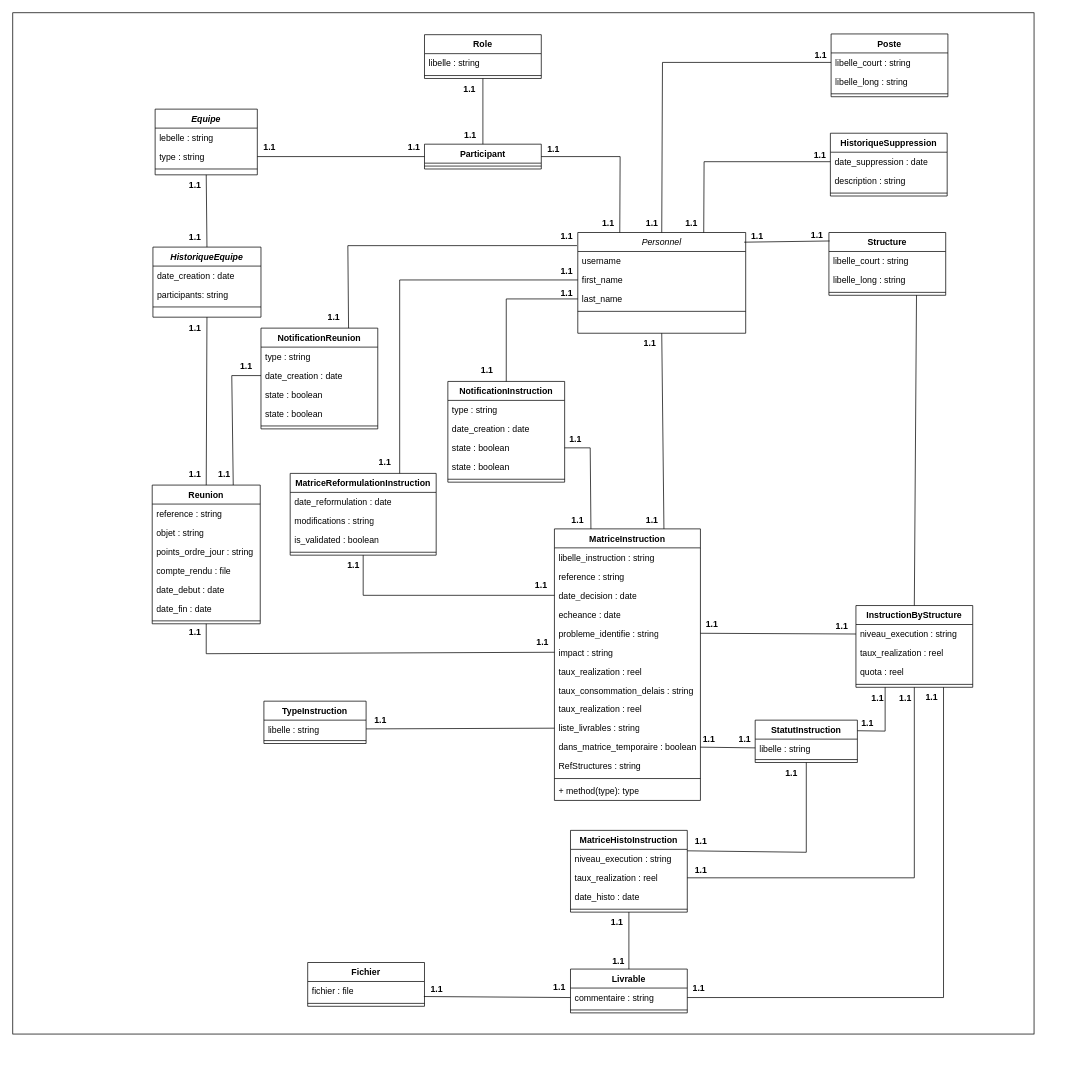
The draw.io diagram diagramme_classes_technique.drawio in CabrelFeukeng/pp, before the edit. Source tidied: cells renumbered, new cells numbered last; positions are measured from the earlier drawing's top-left corner, leaving out a move shared by most shapes. Both pictures are drawn from the tidied source at 73%, with x=0, y=0 at pixel (12, 12).
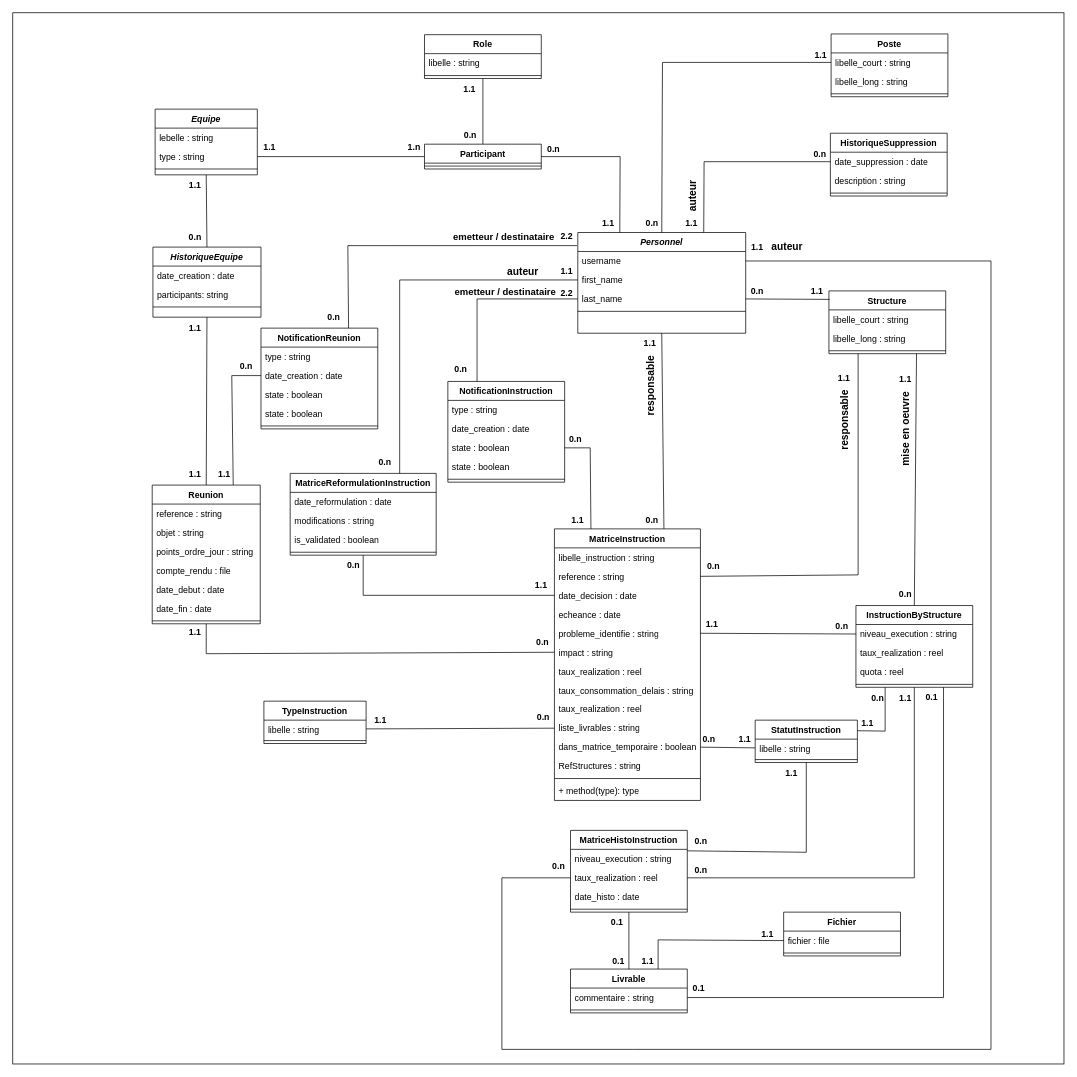
The same diagram, later.

Commit message:
Mettre à jour diagramme_classes_technique.drawio

Unchanged cells that the change refers to:
```xml
<mxCell id="4" value="username" style="text;align=left;verticalAlign=top;spacingLeft=4;spacingRight=4;overflow=hidden;points=[[0,0.5],[1,0.5]];portConstraint=eastwest;" parent="3" vertex="1">
  <mxGeometry y="26" width="230" height="26" as="geometry" />
</mxCell>
<mxCell id="6" value="last_name" style="text;align=left;verticalAlign=top;spacingLeft=4;spacingRight=4;overflow=hidden;points=[[0,0.5],[1,0.5]];portConstraint=eastwest;rounded=0;shadow=0;html=0;" parent="3" vertex="1">
  <mxGeometry y="78" width="230" height="26" as="geometry" />
</mxCell>
<mxCell id="36" value="NotificationInstruction" style="swimlane;fontStyle=1;align=center;verticalAlign=top;horizontal=1;startSize=26;whiteSpace=wrap;html=1;" parent="1" vertex="1">
  <mxGeometry x="596" y="505" width="160" height="138" as="geometry" />
</mxCell>
<mxCell id="49" value="reference : string" style="text;strokeColor=none;fillColor=none;align=left;verticalAlign=top;spacingLeft=4;spacingRight=4;overflow=hidden;points=[[0,0.5],[1,0.5]];portConstraint=eastwest;whiteSpace=wrap;html=1;" parent="47" vertex="1">
  <mxGeometry y="52" width="200" height="26" as="geometry" />
</mxCell>
<mxCell id="64" value="taux_realization : reel" style="text;strokeColor=none;fillColor=none;align=left;verticalAlign=top;spacingLeft=4;spacingRight=4;overflow=hidden;points=[[0,0.5],[1,0.5]];portConstraint=eastwest;whiteSpace=wrap;html=1;" parent="62" vertex="1">
  <mxGeometry y="52" width="160" height="26" as="geometry" />
</mxCell>
<mxCell id="77" value="Livrable" style="swimlane;fontStyle=1;align=center;verticalAlign=top;horizontal=1;startSize=26;whiteSpace=wrap;html=1;" parent="1" vertex="1">
  <mxGeometry x="764" y="1310" width="160" height="60" as="geometry" />
</mxCell>
<mxCell id="78" value="commentaire : string" style="text;strokeColor=none;fillColor=none;align=left;verticalAlign=top;spacingLeft=4;spacingRight=4;overflow=hidden;points=[[0,0.5],[1,0.5]];portConstraint=eastwest;whiteSpace=wrap;html=1;" parent="77" vertex="1">
  <mxGeometry y="26" width="160" height="26" as="geometry" />
</mxCell>
<mxCell id="81" value="fichier : file" style="text;strokeColor=none;fillColor=none;align=left;verticalAlign=top;spacingLeft=4;spacingRight=4;overflow=hidden;points=[[0,0.5],[1,0.5]];portConstraint=eastwest;whiteSpace=wrap;html=1;" parent="80" vertex="1">
  <mxGeometry y="26" width="160" height="26" as="geometry" />
</mxCell>
```

What changed in the source:
```diff
@@
     <mxCell id="2" style="whiteSpace=wrap;html=1;" parent="1" vertex="1">
-      <mxGeometry width="1399" height="1399" as="geometry" />
+      <mxGeometry width="1440" height="1440" as="geometry" />
     </mxCell>
-    <mxCell id="3" value="Personnel" style="swimlane;fontStyle=2;align=center;verticalAlign=top;horizontal=1;startSize=26;rounded=0;shadow=0;strokeWidth=1;" parent="1" vertex="1">
+    <mxCell id="3" value="Personnel" style="swimlane;fontStyle=3;align=center;verticalAlign=top;horizontal=1;startSize=26;rounded=0;shadow=0;strokeWidth=1;" parent="1" vertex="1">
       <mxGeometry x="774" y="301" width="230" height="138" as="geometry" />
     </mxCell>
@@
     <mxCell id="80" value="Fichier" style="swimlane;fontStyle=1;align=center;verticalAlign=top;horizontal=1;startSize=26;whiteSpace=wrap;html=1;" parent="1" vertex="1">
-      <mxGeometry x="404" y="1301" width="160" height="60" as="geometry" />
+      <mxGeometry x="1056" y="1232" width="160" height="60" as="geometry" />
     </mxCell>
@@
     <mxCell id="83" value="Structure" style="swimlane;fontStyle=1;align=center;verticalAlign=top;horizontal=1;startSize=26;whiteSpace=wrap;html=1;" parent="1" vertex="1">
-      <mxGeometry x="1118" y="301" width="160" height="86" as="geometry" />
+      <mxGeometry x="1118" y="381" width="160" height="86" as="geometry" />
     </mxCell>
@@
-    <mxCell id="101" style="endArrow=none;html=1;rounded=0;entryX=0;entryY=0.5;entryDx=0;entryDy=0;exitX=0.5;exitY=0;exitDx=0;exitDy=0;" parent="1" edge="1" source="36" target="6">
+    <mxCell id="101" style="endArrow=none;html=1;rounded=0;exitX=0.25;exitY=0;exitDx=0;exitDy=0;" parent="1" edge="1" source="36">
       <mxGeometry relative="1" as="geometry">
+        <mxPoint x="774" y="392" as="targetPoint" />
         <Array as="points">
-          <mxPoint x="676" y="392" />
+          <mxPoint x="636" y="392" />
         </Array>
       </mxGeometry>
     </mxCell>
@@
-    <mxCell id="104" style="endArrow=none;html=1;rounded=0;exitX=0.991;exitY=0.096;exitDx=0;exitDy=0;exitPerimeter=0;entryX=0.006;entryY=0.135;entryDx=0;entryDy=0;entryPerimeter=0;" parent="1" edge="1" source="3" target="83">
+    <mxCell id="104" style="endArrow=none;html=1;rounded=0;exitX=1;exitY=0.5;exitDx=0;exitDy=0;entryX=0.006;entryY=0.135;entryDx=0;entryDy=0;entryPerimeter=0;" parent="1" edge="1" source="6" target="83">
       <mxGeometry relative="1" as="geometry" />
     </mxCell>
@@
-    <mxCell id="119" style="endArrow=none;html=1;rounded=0;exitX=0.995;exitY=0.792;exitDx=0;exitDy=0;exitPerimeter=0;entryX=0;entryY=0.5;entryDx=0;entryDy=0;" parent="1" edge="1" source="81" target="78">
-      <mxGeometry relative="1" as="geometry" />
+    <mxCell id="119" style="endArrow=none;html=1;rounded=0;exitX=0;exitY=0.5;exitDx=0;exitDy=0;entryX=0.75;entryY=0;entryDx=0;entryDy=0;" parent="1" edge="1" source="81" target="77">
+      <mxGeometry relative="1" as="geometry">
+        <Array as="points">
+          <mxPoint x="884" y="1270" />
+        </Array>
+      </mxGeometry>
     </mxCell>
@@
-    <mxCell id="122" value="&lt;b&gt;1.1&lt;/b&gt;" style="text;html=1;align=center;verticalAlign=middle;whiteSpace=wrap;rounded=0;" parent="1" vertex="1">
+    <mxCell id="122" value="&lt;b&gt;0.n&lt;/b&gt;" style="text;html=1;align=center;verticalAlign=middle;whiteSpace=wrap;rounded=0;" parent="1" vertex="1">
       <mxGeometry x="220" y="293" width="60" height="30" as="geometry" />
     </mxCell>
@@
-    <mxCell id="125" value="&lt;b&gt;1.1&lt;/b&gt;" style="text;html=1;align=center;verticalAlign=middle;whiteSpace=wrap;rounded=0;" parent="1" vertex="1">
+    <mxCell id="125" value="&lt;b&gt;0.n&lt;/b&gt;" style="text;html=1;align=center;verticalAlign=middle;whiteSpace=wrap;rounded=0;" parent="1" vertex="1">
       <mxGeometry x="290" y="470" width="60" height="30" as="geometry" />
     </mxCell>
@@
-    <mxCell id="128" value="&lt;b&gt;1.1&lt;/b&gt;" style="text;html=1;align=center;verticalAlign=middle;whiteSpace=wrap;rounded=0;" parent="1" vertex="1">
+    <mxCell id="128" value="&lt;b&gt;1.n&lt;/b&gt;" style="text;html=1;align=center;verticalAlign=middle;whiteSpace=wrap;rounded=0;" parent="1" vertex="1">
       <mxGeometry x="520" y="169" width="60" height="30" as="geometry" />
     </mxCell>
-    <mxCell id="129" value="&lt;b&gt;1.1&lt;/b&gt;" style="text;html=1;align=center;verticalAlign=middle;whiteSpace=wrap;rounded=0;" parent="1" vertex="1">
+    <mxCell id="129" value="&lt;b&gt;0.n&lt;/b&gt;" style="text;html=1;align=center;verticalAlign=middle;whiteSpace=wrap;rounded=0;" parent="1" vertex="1">
       <mxGeometry x="410" y="402" width="60" height="30" as="geometry" />
     </mxCell>
-    <mxCell id="130" value="&lt;b&gt;1.1&lt;/b&gt;" style="text;html=1;align=center;verticalAlign=middle;whiteSpace=wrap;rounded=0;" parent="1" vertex="1">
+    <mxCell id="130" value="&lt;b&gt;0.n&lt;/b&gt;" style="text;html=1;align=center;verticalAlign=middle;whiteSpace=wrap;rounded=0;" parent="1" vertex="1">
       <mxGeometry x="711" y="172" width="60" height="30" as="geometry" />
     </mxCell>
-    <mxCell id="131" value="&lt;b&gt;1.1&lt;/b&gt;" style="text;html=1;align=center;verticalAlign=middle;whiteSpace=wrap;rounded=0;" parent="1" vertex="1">
+    <mxCell id="131" value="&lt;b&gt;0.n&lt;/b&gt;" style="text;html=1;align=center;verticalAlign=middle;whiteSpace=wrap;rounded=0;" parent="1" vertex="1">
       <mxGeometry x="597" y="153" width="60" height="30" as="geometry" />
     </mxCell>
-    <mxCell id="132" value="&lt;b&gt;1.1&lt;/b&gt;" style="text;html=1;align=center;verticalAlign=middle;whiteSpace=wrap;rounded=0;" parent="1" vertex="1">
+    <mxCell id="132" value="&lt;b&gt;2.2&lt;/b&gt;" style="text;html=1;align=center;verticalAlign=middle;whiteSpace=wrap;rounded=0;" parent="1" vertex="1">
       <mxGeometry x="729" y="370" width="60" height="30" as="geometry" />
     </mxCell>
@@
-    <mxCell id="134" value="&lt;b&gt;1.1&lt;/b&gt;" style="text;html=1;align=center;verticalAlign=middle;whiteSpace=wrap;rounded=0;" parent="1" vertex="1">
+    <mxCell id="134" value="&lt;b&gt;2.2&lt;/b&gt;" style="text;html=1;align=center;verticalAlign=middle;whiteSpace=wrap;rounded=0;" parent="1" vertex="1">
       <mxGeometry x="729" y="292" width="60" height="30" as="geometry" />
     </mxCell>
@@
-    <mxCell id="137" value="&lt;b&gt;1.1&lt;/b&gt;" style="text;html=1;align=center;verticalAlign=middle;whiteSpace=wrap;rounded=0;" parent="1" vertex="1">
+    <mxCell id="137" value="&lt;b&gt;0.n&lt;/b&gt;" style="text;html=1;align=center;verticalAlign=middle;whiteSpace=wrap;rounded=0;" parent="1" vertex="1">
       <mxGeometry x="846" y="274" width="60" height="30" as="geometry" />
     </mxCell>
-    <mxCell id="138" value="&lt;b&gt;1.1&lt;/b&gt;" style="text;html=1;align=center;verticalAlign=middle;whiteSpace=wrap;rounded=0;" parent="1" vertex="1">
-      <mxGeometry x="990" y="291" width="60" height="30" as="geometry" />
+    <mxCell id="138" value="&lt;b&gt;0.n&lt;/b&gt;" style="text;html=1;align=center;verticalAlign=middle;whiteSpace=wrap;rounded=0;" parent="1" vertex="1">
+      <mxGeometry x="990" y="367" width="60" height="30" as="geometry" />
     </mxCell>
-    <mxCell id="139" value="&lt;b&gt;1.1&lt;/b&gt;" style="text;html=1;align=center;verticalAlign=middle;whiteSpace=wrap;rounded=0;" parent="1" vertex="1">
+    <mxCell id="139" value="&lt;b&gt;0.n&lt;/b&gt;" style="text;html=1;align=center;verticalAlign=middle;whiteSpace=wrap;rounded=0;" parent="1" vertex="1">
       <mxGeometry x="480" y="601" width="60" height="30" as="geometry" />
     </mxCell>
-    <mxCell id="140" value="&lt;b&gt;1.1&lt;/b&gt;" style="text;html=1;align=center;verticalAlign=middle;whiteSpace=wrap;rounded=0;" parent="1" vertex="1">
-      <mxGeometry x="620" y="475" width="60" height="30" as="geometry" />
+    <mxCell id="140" value="&lt;b&gt;0.n&lt;/b&gt;" style="text;html=1;align=center;verticalAlign=middle;whiteSpace=wrap;rounded=0;" parent="1" vertex="1">
+      <mxGeometry x="584" y="474" width="60" height="30" as="geometry" />
     </mxCell>
     <mxCell id="141" value="&lt;b&gt;1.1&lt;/b&gt;" style="text;html=1;align=center;verticalAlign=middle;whiteSpace=wrap;rounded=0;" parent="1" vertex="1">
-      <mxGeometry x="1072" y="290" width="60" height="30" as="geometry" />
+      <mxGeometry x="1072" y="367" width="60" height="30" as="geometry" />
     </mxCell>
-    <mxCell id="142" value="&lt;b&gt;1.1&lt;/b&gt;" style="text;html=1;align=center;verticalAlign=middle;whiteSpace=wrap;rounded=0;" parent="1" vertex="1">
-      <mxGeometry x="1076" y="180" width="60" height="30" as="geometry" />
+    <mxCell id="142" value="&lt;b&gt;0.n&lt;/b&gt;" style="text;html=1;align=center;verticalAlign=middle;whiteSpace=wrap;rounded=0;" parent="1" vertex="1">
+      <mxGeometry x="1076" y="179" width="60" height="30" as="geometry" />
     </mxCell>
@@
-    <mxCell id="144" value="&lt;b&gt;1.1&lt;/b&gt;" style="text;html=1;align=center;verticalAlign=middle;whiteSpace=wrap;rounded=0;" parent="1" vertex="1">
+    <mxCell id="144" value="&lt;b&gt;0.n&lt;/b&gt;" style="text;html=1;align=center;verticalAlign=middle;whiteSpace=wrap;rounded=0;" parent="1" vertex="1">
       <mxGeometry x="846" y="680" width="60" height="30" as="geometry" />
     </mxCell>
@@
-    <mxCell id="146" value="&lt;b&gt;1.1&lt;/b&gt;" style="text;html=1;align=center;verticalAlign=middle;whiteSpace=wrap;rounded=0;" parent="1" vertex="1">
+    <mxCell id="146" value="&lt;b&gt;0.n&lt;/b&gt;" style="text;html=1;align=center;verticalAlign=middle;whiteSpace=wrap;rounded=0;" parent="1" vertex="1">
       <mxGeometry x="741" y="569" width="60" height="30" as="geometry" />
     </mxCell>
@@
-    <mxCell id="148" value="&lt;b&gt;1.1&lt;/b&gt;" style="text;html=1;align=center;verticalAlign=middle;whiteSpace=wrap;rounded=0;" parent="1" vertex="1">
+    <mxCell id="148" value="&lt;b&gt;0.n&lt;/b&gt;" style="text;html=1;align=center;verticalAlign=middle;whiteSpace=wrap;rounded=0;" parent="1" vertex="1">
       <mxGeometry x="437" y="742" width="60" height="30" as="geometry" />
     </mxCell>
@@
-    <mxCell id="151" value="&lt;b&gt;1.1&lt;/b&gt;" style="text;html=1;align=center;verticalAlign=middle;whiteSpace=wrap;rounded=0;" parent="1" vertex="1">
+    <mxCell id="151" value="&lt;b&gt;0.n&lt;/b&gt;" style="text;html=1;align=center;verticalAlign=middle;whiteSpace=wrap;rounded=0;" parent="1" vertex="1">
       <mxGeometry x="696" y="848" width="60" height="30" as="geometry" />
     </mxCell>
@@
-    <mxCell id="153" value="&lt;b&gt;1.1&lt;/b&gt;" style="text;html=1;align=center;verticalAlign=middle;whiteSpace=wrap;rounded=0;" parent="1" vertex="1">
+    <mxCell id="153" value="&lt;b&gt;0.n&lt;/b&gt;" style="text;html=1;align=center;verticalAlign=middle;whiteSpace=wrap;rounded=0;" parent="1" vertex="1">
       <mxGeometry x="924" y="980" width="60" height="30" as="geometry" />
     </mxCell>
@@
-    <mxCell id="155" value="&lt;b&gt;1.1&lt;/b&gt;" style="text;html=1;align=center;verticalAlign=middle;whiteSpace=wrap;rounded=0;" parent="1" vertex="1">
+    <mxCell id="155" value="&lt;b&gt;0.n&lt;/b&gt;" style="text;html=1;align=center;verticalAlign=middle;whiteSpace=wrap;rounded=0;" parent="1" vertex="1">
       <mxGeometry x="913" y="1120" width="60" height="30" as="geometry" />
     </mxCell>
-    <mxCell id="156" value="&lt;b&gt;1.1&lt;/b&gt;" style="text;html=1;align=center;verticalAlign=middle;whiteSpace=wrap;rounded=0;" parent="1" vertex="1">
+    <mxCell id="156" value="&lt;b&gt;0.n&lt;/b&gt;" style="text;html=1;align=center;verticalAlign=middle;whiteSpace=wrap;rounded=0;" parent="1" vertex="1">
       <mxGeometry x="913" y="1160" width="60" height="30" as="geometry" />
     </mxCell>
@@
-    <mxCell id="158" value="&lt;b&gt;1.1&lt;/b&gt;" style="text;html=1;align=center;verticalAlign=middle;whiteSpace=wrap;rounded=0;" parent="1" vertex="1">
+    <mxCell id="158" value="&lt;b&gt;0.n&lt;/b&gt;" style="text;html=1;align=center;verticalAlign=middle;whiteSpace=wrap;rounded=0;" parent="1" vertex="1">
       <mxGeometry x="1155" y="924" width="60" height="30" as="geometry" />
     </mxCell>
@@
-    <mxCell id="160" value="&lt;b&gt;1.1&lt;/b&gt;" style="text;html=1;align=center;verticalAlign=middle;whiteSpace=wrap;rounded=0;" parent="1" vertex="1">
+    <mxCell id="160" value="&lt;b&gt;0.1&lt;/b&gt;" style="text;html=1;align=center;verticalAlign=middle;whiteSpace=wrap;rounded=0;" parent="1" vertex="1">
       <mxGeometry x="800" y="1284" width="60" height="30" as="geometry" />
     </mxCell>
-    <mxCell id="161" value="&lt;b&gt;1.1&lt;/b&gt;" style="text;html=1;align=center;verticalAlign=middle;whiteSpace=wrap;rounded=0;" parent="1" vertex="1">
+    <mxCell id="161" value="&lt;b&gt;0.1&lt;/b&gt;" style="text;html=1;align=center;verticalAlign=middle;whiteSpace=wrap;rounded=0;" parent="1" vertex="1">
       <mxGeometry x="798" y="1231" width="60" height="30" as="geometry" />
     </mxCell>
-    <mxCell id="162" value="&lt;b&gt;1.1&lt;/b&gt;" style="text;html=1;align=center;verticalAlign=middle;whiteSpace=wrap;rounded=0;" parent="1" vertex="1">
+    <mxCell id="162" value="&lt;b&gt;0.1&lt;/b&gt;" style="text;html=1;align=center;verticalAlign=middle;whiteSpace=wrap;rounded=0;" parent="1" vertex="1">
       <mxGeometry x="910" y="1322" width="60" height="30" as="geometry" />
     </mxCell>
     <mxCell id="163" value="&lt;b&gt;1.1&lt;/b&gt;" style="text;html=1;align=center;verticalAlign=middle;whiteSpace=wrap;rounded=0;" parent="1" vertex="1">
-      <mxGeometry x="719" y="1320" width="60" height="30" as="geometry" />
+      <mxGeometry x="840" y="1284" width="60" height="30" as="geometry" />
     </mxCell>
     <mxCell id="164" value="&lt;b&gt;1.1&lt;/b&gt;" style="text;html=1;align=center;verticalAlign=middle;whiteSpace=wrap;rounded=0;" parent="1" vertex="1">
-      <mxGeometry x="551" y="1323" width="60" height="30" as="geometry" />
+      <mxGeometry x="1004" y="1247" width="60" height="30" as="geometry" />
     </mxCell>
@@
-    <mxCell id="167" value="&lt;b&gt;1.1&lt;/b&gt;" style="text;html=1;align=center;verticalAlign=middle;whiteSpace=wrap;rounded=0;" parent="1" vertex="1">
+    <mxCell id="167" value="&lt;b&gt;0.n&lt;/b&gt;" style="text;html=1;align=center;verticalAlign=middle;whiteSpace=wrap;rounded=0;" parent="1" vertex="1">
       <mxGeometry x="1106" y="825" width="60" height="30" as="geometry" />
     </mxCell>
@@
-    <mxCell id="169" value="&lt;b&gt;1.1&lt;/b&gt;" style="text;html=1;align=center;verticalAlign=middle;whiteSpace=wrap;rounded=0;" parent="1" vertex="1">
+    <mxCell id="169" value="&lt;b&gt;0.1&lt;/b&gt;" style="text;html=1;align=center;verticalAlign=middle;whiteSpace=wrap;rounded=0;" parent="1" vertex="1">
       <mxGeometry x="1229" y="923" width="60" height="30" as="geometry" />
     </mxCell>
+    <mxCell id="170" value="&lt;b&gt;0.n&lt;/b&gt;" style="text;html=1;align=center;verticalAlign=middle;whiteSpace=wrap;rounded=0;" parent="1" vertex="1">
+      <mxGeometry x="697" y="950" width="60" height="30" as="geometry" />
+    </mxCell>
+    <mxCell id="171" style="endArrow=none;html=1;rounded=0;entryX=0.25;entryY=1;entryDx=0;entryDy=0;exitX=1;exitY=0.5;exitDx=0;exitDy=0;" parent="1" edge="1" source="49" target="83">
+      <mxGeometry relative="1" as="geometry">
+        <Array as="points">
+          <mxPoint x="1158" y="770" />
+        </Array>
+      </mxGeometry>
+    </mxCell>
+    <mxCell id="172" value="&lt;b&gt;0.n&lt;/b&gt;" style="text;html=1;align=center;verticalAlign=middle;whiteSpace=wrap;rounded=0;" parent="1" vertex="1">
+      <mxGeometry x="930" y="743" width="60" height="30" as="geometry" />
+    </mxCell>
+    <mxCell id="173" value="&lt;b&gt;1.1&lt;/b&gt;" style="text;html=1;align=center;verticalAlign=middle;whiteSpace=wrap;rounded=0;" parent="1" vertex="1">
+      <mxGeometry x="1109" y="486" width="60" height="30" as="geometry" />
+    </mxCell>
+    <mxCell id="174" value="&lt;b&gt;1.1&lt;/b&gt;" style="text;html=1;align=center;verticalAlign=middle;whiteSpace=wrap;rounded=0;" parent="1" vertex="1">
+      <mxGeometry x="1193" y="487" width="60" height="30" as="geometry" />
+    </mxCell>
+    <mxCell id="175" value="&lt;b&gt;0.n&lt;/b&gt;" style="text;html=1;align=center;verticalAlign=middle;whiteSpace=wrap;rounded=0;" parent="1" vertex="1">
+      <mxGeometry x="1193" y="782" width="60" height="30" as="geometry" />
+    </mxCell>
+    <mxCell id="176" value="&lt;b&gt;&lt;font style=&quot;font-size: 14px;&quot;&gt;responsable&lt;/font&gt;&lt;/b&gt;" style="text;html=1;align=center;verticalAlign=middle;whiteSpace=wrap;rounded=0;rotation=-90;" parent="1" vertex="1">
+      <mxGeometry x="844" y="496" width="60" height="30" as="geometry" />
+    </mxCell>
+    <mxCell id="177" value="&lt;b&gt;&lt;font style=&quot;font-size: 13px;&quot;&gt;emetteur / destinataire&lt;/font&gt;&lt;/b&gt;" style="text;html=1;align=center;verticalAlign=middle;whiteSpace=wrap;rounded=0;" parent="1" vertex="1">
+      <mxGeometry x="601" y="367" width="148" height="30" as="geometry" />
+    </mxCell>
+    <mxCell id="178" value="&lt;b&gt;&lt;font style=&quot;font-size: 13px;&quot;&gt;emetteur / destinataire&lt;/font&gt;&lt;/b&gt;" style="text;html=1;align=center;verticalAlign=middle;whiteSpace=wrap;rounded=0;" parent="1" vertex="1">
+      <mxGeometry x="594" y="292" width="158" height="30" as="geometry" />
+    </mxCell>
+    <mxCell id="179" value="&lt;b&gt;&lt;font style=&quot;font-size: 14px;&quot;&gt;auteur&lt;/font&gt;&lt;/b&gt;" style="text;html=1;align=center;verticalAlign=middle;whiteSpace=wrap;rounded=0;" parent="1" vertex="1">
+      <mxGeometry x="669" y="340" width="60" height="30" as="geometry" />
+    </mxCell>
+    <mxCell id="180" value="&lt;b&gt;&lt;font style=&quot;font-size: 14px;&quot;&gt;auteur&lt;/font&gt;&lt;/b&gt;" style="text;html=1;align=center;verticalAlign=middle;whiteSpace=wrap;rounded=0;rotation=-90;" parent="1" vertex="1">
+      <mxGeometry x="901" y="236" width="60" height="30" as="geometry" />
+    </mxCell>
+    <mxCell id="181" value="&lt;b&gt;&lt;font style=&quot;font-size: 14px;&quot;&gt;responsable&lt;/font&gt;&lt;/b&gt;" style="text;html=1;align=center;verticalAlign=middle;whiteSpace=wrap;rounded=0;rotation=-90;" parent="1" vertex="1">
+      <mxGeometry x="1109" y="543" width="60" height="30" as="geometry" />
+    </mxCell>
+    <mxCell id="182" value="&lt;b&gt;&lt;font style=&quot;font-size: 14px;&quot;&gt;mise en oeuvre&lt;/font&gt;&lt;/b&gt;" style="text;html=1;align=center;verticalAlign=middle;whiteSpace=wrap;rounded=0;rotation=-90;" parent="1" vertex="1">
+      <mxGeometry x="1151.5" y="555.5" width="143" height="30" as="geometry" />
+    </mxCell>
+    <mxCell id="183" style="endArrow=none;html=1;rounded=0;entryX=0;entryY=0.5;entryDx=0;entryDy=0;exitX=1;exitY=0.5;exitDx=0;exitDy=0;" parent="1" edge="1" source="4" target="64">
+      <mxGeometry relative="1" as="geometry">
+        <Array as="points">
+          <mxPoint x="1340" y="340" />
+          <mxPoint x="1340" y="1420" />
+          <mxPoint x="1040" y="1420" />
+          <mxPoint x="850" y="1420" />
+          <mxPoint x="670" y="1420" />
+          <mxPoint x="670" y="1185" />
+        </Array>
+      </mxGeometry>
+    </mxCell>
+    <mxCell id="184" value="&lt;b&gt;0.n&lt;/b&gt;" style="text;html=1;align=center;verticalAlign=middle;whiteSpace=wrap;rounded=0;" parent="1" vertex="1">
+      <mxGeometry x="718" y="1154" width="60" height="30" as="geometry" />
+    </mxCell>
+    <mxCell id="185" value="&lt;b&gt;1.1&lt;/b&gt;" style="text;html=1;align=center;verticalAlign=middle;whiteSpace=wrap;rounded=0;" parent="1" vertex="1">
+      <mxGeometry x="990" y="307" width="60" height="30" as="geometry" />
+    </mxCell>
+    <mxCell id="186" value="&lt;b&gt;&lt;font style=&quot;font-size: 14px;&quot;&gt;auteur&lt;/font&gt;&lt;/b&gt;" style="text;html=1;align=center;verticalAlign=middle;whiteSpace=wrap;rounded=0;rotation=0;" parent="1" vertex="1">
+      <mxGeometry x="1031" y="306" width="60" height="30" as="geometry" />
+    </mxCell>
```
